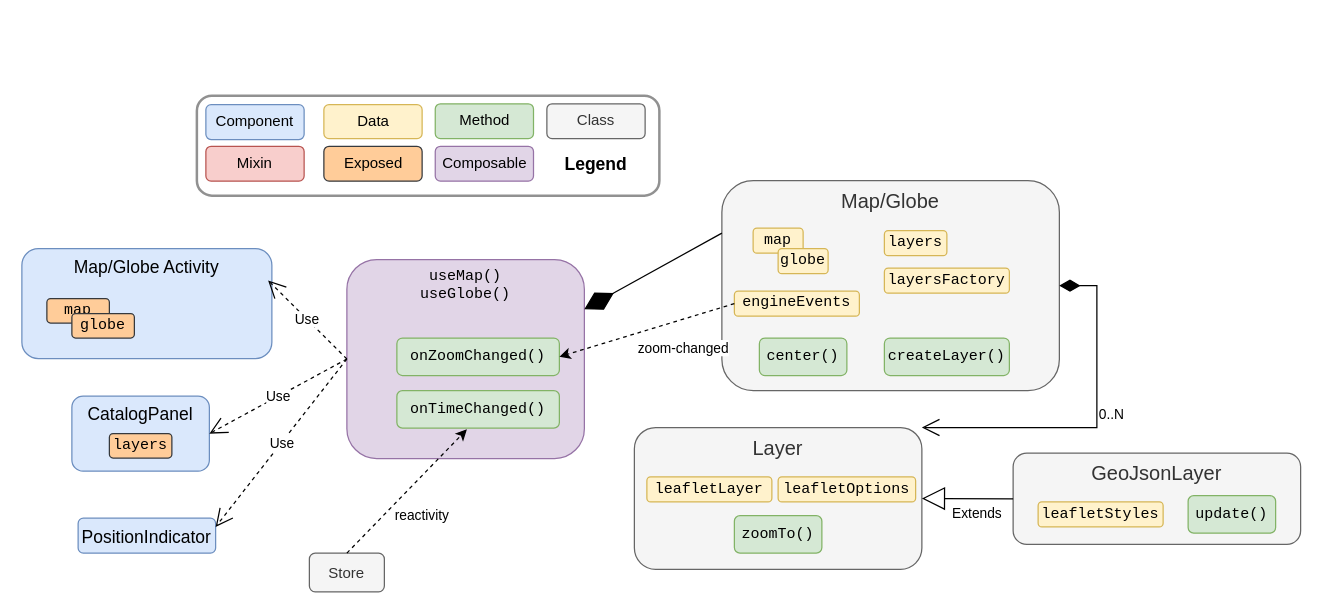
Earlier version of the draw.io diagram page "To be" (2 of 2) of docs/.vitepress/public/Map Activity.drawio (kalisio/kdk). Source tidied: cells renumbered, new cells numbered last; positions are measured from the earlier drawing's top-left corner, leaving out a move shared by most shapes. Both pictures are drawn from the tidied source at 125%, with x=0, y=0 at pixel (21, 95).
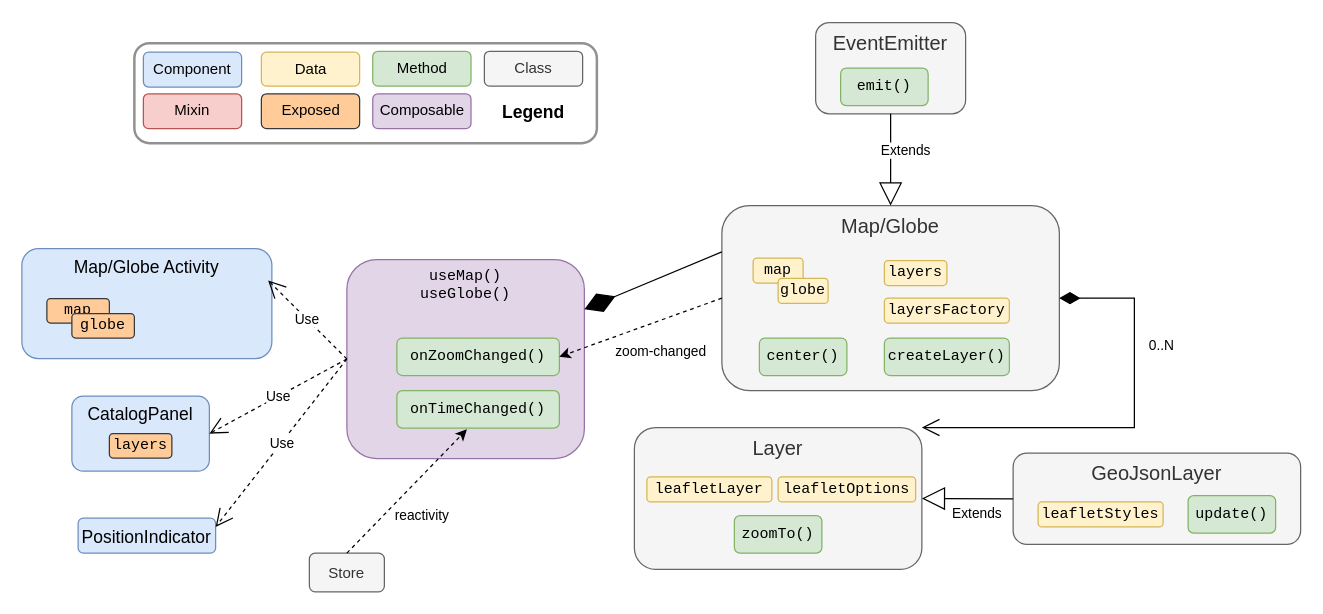
The same diagram, later.

Commit message:
chore: updated map activity architecture diagrams

The change refers to these unchanged cells:
```xml
<mxCell id="3" value="Layer" style="rounded=1;whiteSpace=wrap;html=1;fillColor=#f5f5f5;strokeColor=#666666;fontSize=16;fontColor=#333333;verticalAlign=top;" parent="1" vertex="1">
  <mxGeometry x="490" y="265.5" width="230" height="113.5" as="geometry" />
</mxCell>
<mxCell id="40" value="&lt;font&gt;onZoomChanged()&lt;/font&gt;" style="rounded=1;whiteSpace=wrap;html=1;fillColor=#d5e8d4;strokeColor=#82b366;fontSize=12;fontFamily=Courier New;" parent="1" vertex="1">
  <mxGeometry x="300" y="193.9" width="130" height="30" as="geometry" />
</mxCell>
```

What changed in the source:
```diff
@@
     <mxCell id="2" value="Map/Globe" style="rounded=1;whiteSpace=wrap;html=1;fillColor=#f5f5f5;strokeColor=#666666;fontSize=16;fontColor=#333333;verticalAlign=top;" parent="1" vertex="1">
-      <mxGeometry x="560" y="68" width="270" height="168" as="geometry" />
+      <mxGeometry x="560" y="88" width="270" height="148" as="geometry" />
     </mxCell>
@@
     <mxCell id="4" value="&lt;font&gt;map&lt;/font&gt;" style="rounded=1;whiteSpace=wrap;html=1;fillColor=#fff2cc;strokeColor=#d6b656;fontSize=12;fontFamily=Courier New;" parent="1" vertex="1">
-      <mxGeometry x="585" y="106" width="40" height="20" as="geometry" />
+      <mxGeometry x="585" y="129.9" width="40" height="20" as="geometry" />
     </mxCell>
@@
     <mxCell id="6" value="&lt;font&gt;layers&lt;/font&gt;" style="rounded=1;whiteSpace=wrap;html=1;fillColor=#fff2cc;strokeColor=#d6b656;fontSize=12;fontFamily=Courier New;" parent="1" vertex="1">
-      <mxGeometry x="690" y="108" width="50" height="20" as="geometry" />
+      <mxGeometry x="690" y="131.9" width="50" height="20" as="geometry" />
     </mxCell>
@@
     <mxCell id="8" value="&lt;font&gt;layersFactory&lt;/font&gt;" style="rounded=1;whiteSpace=wrap;html=1;fillColor=#fff2cc;strokeColor=#d6b656;fontSize=12;fontFamily=Courier New;" parent="1" vertex="1">
-      <mxGeometry x="690" y="138" width="100" height="20" as="geometry" />
+      <mxGeometry x="690" y="161.9" width="100" height="20" as="geometry" />
     </mxCell>
@@
     <mxCell id="16" value="0..N" style="endArrow=open;html=1;endSize=12;startArrow=diamondThin;startSize=14;startFill=1;edgeStyle=orthogonalEdgeStyle;align=left;verticalAlign=bottom;rounded=0;exitX=1;exitY=0.5;exitDx=0;exitDy=0;entryX=1;entryY=0;entryDx=0;entryDy=0;" parent="1" edge="1" source="2" target="3">
-      <mxGeometry relative="1" as="geometry">
+      <mxGeometry x="-0.36" y="10" relative="1" as="geometry">
         <Array as="points">
-          <mxPoint x="860" y="152" />
-          <mxPoint x="860" y="266" />
+          <mxPoint x="890" y="162" />
+          <mxPoint x="890" y="266" />
         </Array>
       </mxGeometry>
     </mxCell>
@@
     <mxCell id="21" style="group;" parent="1" vertex="1">
-      <mxGeometry x="140" width="370" height="80" as="geometry" />
+      <mxGeometry x="90" y="-42" width="370" height="80" as="geometry" />
     </mxCell>
@@
     <mxCell id="31" value="&lt;font&gt;globe&lt;/font&gt;" style="rounded=1;whiteSpace=wrap;html=1;fillColor=#fff2cc;strokeColor=#d6b656;fontSize=12;fontFamily=Courier New;" parent="1" vertex="1">
-      <mxGeometry x="605" y="122.4" width="40" height="20" as="geometry" />
+      <mxGeometry x="605" y="146.2" width="40" height="20" as="geometry" />
     </mxCell>
@@
-    <mxCell id="42" value="&lt;font&gt;engineEvents&lt;/font&gt;" style="rounded=1;whiteSpace=wrap;html=1;fillColor=#fff2cc;strokeColor=#d6b656;fontSize=12;fontFamily=Courier New;" parent="1" vertex="1">
-      <mxGeometry x="570" y="156.4" width="100" height="20" as="geometry" />
-    </mxCell>
-    <mxCell id="43" style="endArrow=classic;html=1;rounded=0;exitX=0;exitY=0.5;exitDx=0;exitDy=0;entryX=1;entryY=0.5;entryDx=0;entryDy=0;dashed=1;" parent="1" edge="1" source="42" target="40">
+    <mxCell id="43" style="endArrow=classic;html=1;rounded=0;exitX=0;exitY=0.5;exitDx=0;exitDy=0;entryX=1;entryY=0.5;entryDx=0;entryDy=0;dashed=1;" parent="1" edge="1" source="2" target="40">
       <mxGeometry relative="1" as="geometry" />
     </mxCell>
     <mxCell id="44" value="zoom-changed" style="edgeLabel;html=1;align=center;verticalAlign=middle;" parent="43" vertex="1">
       <mxGeometry x="-0.3" y="1" relative="1" as="geometry">
-        <mxPoint x="7" y="19" as="offset" />
+        <mxPoint x="-5" y="25" as="offset" />
       </mxGeometry>
     </mxCell>
@@
+    <mxCell id="47" value="EventEmitter" style="rounded=1;whiteSpace=wrap;html=1;fillColor=#f5f5f5;strokeColor=#666666;fontSize=16;fontColor=#333333;verticalAlign=top;" parent="1" vertex="1">
+      <mxGeometry x="635" y="-58.5" width="120" height="73" as="geometry" />
+    </mxCell>
+    <mxCell id="48" value="Extends" style="endArrow=block;endSize=16;endFill=0;html=1;rounded=0;entryX=0.5;entryY=0;entryDx=0;entryDy=0;exitX=0.5;exitY=1;exitDx=0;exitDy=0;" parent="1" edge="1" source="47" target="2">
+      <mxGeometry x="-0.2" y="12" relative="1" as="geometry" />
+    </mxCell>
+    <mxCell id="49" value="&lt;font&gt;emit()&lt;/font&gt;" style="rounded=1;whiteSpace=wrap;html=1;fillColor=#d5e8d4;strokeColor=#82b366;fontSize=12;fontFamily=Courier New;" parent="1" vertex="1">
+      <mxGeometry x="655" y="-22" width="70" height="30" as="geometry" />
+    </mxCell>
```
